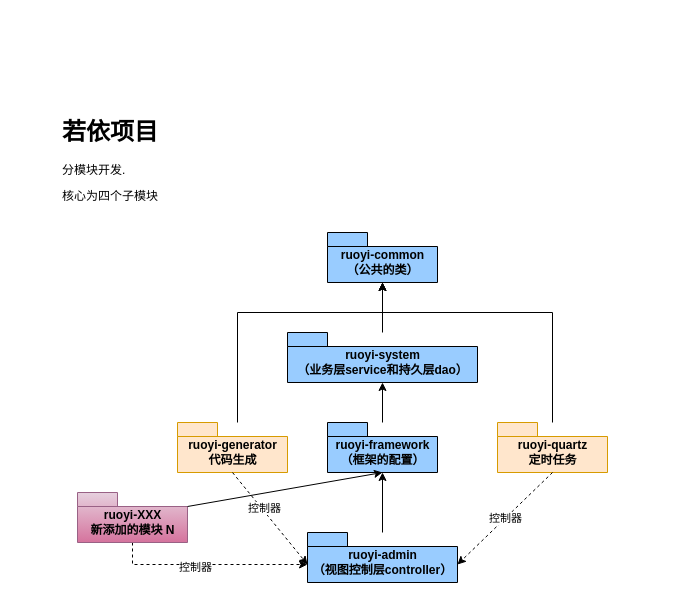
Above: page "文件结构（模块关系）" (3 of 6) of RuoYi/若依框架.drawio in weihuohuayi/draw.io (draw.io), before the change. Source tidied: cells renumbered, new cells numbered last; positions are measured from the earlier drawing's top-left corner, leaving out a move shared by most shapes. Both pictures are drawn from the tidied source at 100%, with x=0, y=0 at pixel (57, 112).
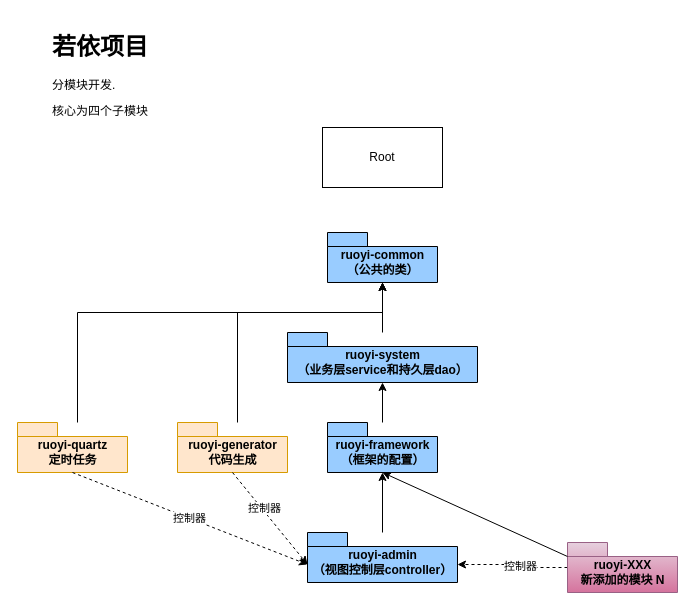
The same page after the edit.

The change refers to these unchanged cells:
```xml
<mxCell id="2" value="ruoyi-common&lt;br&gt;（公共的类）" style="shape=folder;fontStyle=1;spacingTop=10;tabWidth=40;tabHeight=14;tabPosition=left;html=1;fillColor=#99CCFF;" parent="1" vertex="1">
  <mxGeometry x="270" y="120" width="110" height="50" as="geometry" />
</mxCell>
<mxCell id="6" value="ruoyi-framework&lt;br&gt;（框架的配置）" style="shape=folder;fontStyle=1;spacingTop=10;tabWidth=40;tabHeight=14;tabPosition=left;html=1;fillColor=#99CCFF;" parent="1" vertex="1">
  <mxGeometry x="270" y="310" width="110" height="50" as="geometry" />
</mxCell>
<mxCell id="10" value="ruoyi-admin&lt;br&gt;（视图控制层controller）" style="shape=folder;fontStyle=1;spacingTop=10;tabWidth=40;tabHeight=14;tabPosition=left;html=1;fillColor=#99CCFF;" parent="1" vertex="1">
  <mxGeometry x="250" y="420" width="150" height="50" as="geometry" />
</mxCell>
```

Change to the diagram source:
```diff
@@
     <mxCell id="11" style="edgeStyle=orthogonalEdgeStyle;rounded=0;jettySize=auto;html=1;" parent="1" edge="1" source="12" target="2">
       <mxGeometry relative="1" as="geometry">
         <Array as="points">
-          <mxPoint x="495" y="200" />
+          <mxPoint x="20" y="200" />
           <mxPoint x="325" y="200" />
         </Array>
       </mxGeometry>
     </mxCell>
     <mxCell id="12" value="ruoyi-quartz&lt;br&gt;定时任务" style="shape=folder;fontStyle=1;spacingTop=10;tabWidth=40;tabHeight=14;tabPosition=left;html=1;fillColor=#ffe6cc;strokeColor=#d79b00;" parent="1" vertex="1">
-      <mxGeometry x="440" y="310" width="110" height="50" as="geometry" />
+      <mxGeometry x="-40" y="310" width="110" height="50" as="geometry" />
     </mxCell>
     <mxCell id="13" value="&lt;h1&gt;若依项目&lt;/h1&gt;&lt;p&gt;分模块开发.&lt;/p&gt;&lt;p&gt;核心为四个子模块&lt;/p&gt;" style="text;html=1;strokeColor=none;fillColor=none;spacing=5;spacingTop=-20;whiteSpace=wrap;overflow=hidden;rounded=0;" parent="1" vertex="1">
-      <mxGeometry width="190" height="100" as="geometry" />
+      <mxGeometry x="-10" y="-85" width="190" height="100" as="geometry" />
     </mxCell>
@@
-    <mxCell id="16" value="控制器" style="endArrow=classic;html=1;rounded=0;exitX=0.5;exitY=1;exitDx=0;exitDy=0;exitPerimeter=0;entryX=0;entryY=0;entryDx=150;entryDy=32;entryPerimeter=0;dashed=1;" parent="1" edge="1" source="12" target="10">
+    <mxCell id="16" value="控制器" style="endArrow=classic;html=1;rounded=0;exitX=0.5;exitY=1;exitDx=0;exitDy=0;exitPerimeter=0;entryX=0;entryY=0;entryDx=0;entryDy=32;entryPerimeter=0;dashed=1;" parent="1" edge="1" source="12" target="10">
       <mxGeometry relative="1" as="geometry" />
     </mxCell>
-    <mxCell id="17" style="edgeStyle=orthogonalEdgeStyle;rounded=0;jettySize=auto;html=1;entryX=0;entryY=0;entryDx=0;entryDy=32;entryPerimeter=0;dashed=1;" parent="1" edge="1" source="19" target="10">
-      <mxGeometry relative="1" as="geometry">
-        <Array as="points">
-          <mxPoint x="75" y="452" />
-        </Array>
-      </mxGeometry>
+    <mxCell id="17" style="edgeStyle=orthogonalEdgeStyle;rounded=0;jettySize=auto;html=1;entryX=0;entryY=0;entryDx=150;entryDy=32;entryPerimeter=0;dashed=1;" parent="1" edge="1" source="19" target="10">
+      <mxGeometry relative="1" as="geometry" />
     </mxCell>
@@
     <mxCell id="19" value="ruoyi-XXX&lt;br&gt;新添加的模块 N" style="shape=folder;fontStyle=1;spacingTop=10;tabWidth=40;tabHeight=14;tabPosition=left;html=1;fillColor=#e6d0de;strokeColor=#996185;gradientColor=#d5739d;" parent="1" vertex="1">
-      <mxGeometry x="20" y="380" width="110" height="50" as="geometry" />
+      <mxGeometry x="510" y="430" width="110" height="50" as="geometry" />
     </mxCell>
-    <mxCell id="20" style="endArrow=classic;html=1;rounded=0;entryX=0.5;entryY=1;entryDx=0;entryDy=0;entryPerimeter=0;exitX=0;exitY=0;exitDx=110;exitDy=14;exitPerimeter=0;" parent="1" edge="1" source="19" target="6">
+    <mxCell id="20" style="endArrow=classic;html=1;rounded=0;entryX=0.5;entryY=1;entryDx=0;entryDy=0;entryPerimeter=0;exitX=0;exitY=0;exitDx=0;exitDy=14;exitPerimeter=0;" parent="1" edge="1" source="19" target="6">
       <mxGeometry relative="1" as="geometry" />
     </mxCell>
+    <mxCell id="21" value="Root" style="rounded=0;whiteSpace=wrap;html=1;" parent="1" vertex="1">
+      <mxGeometry x="265" y="15" width="120" height="60" as="geometry" />
+    </mxCell>
```
